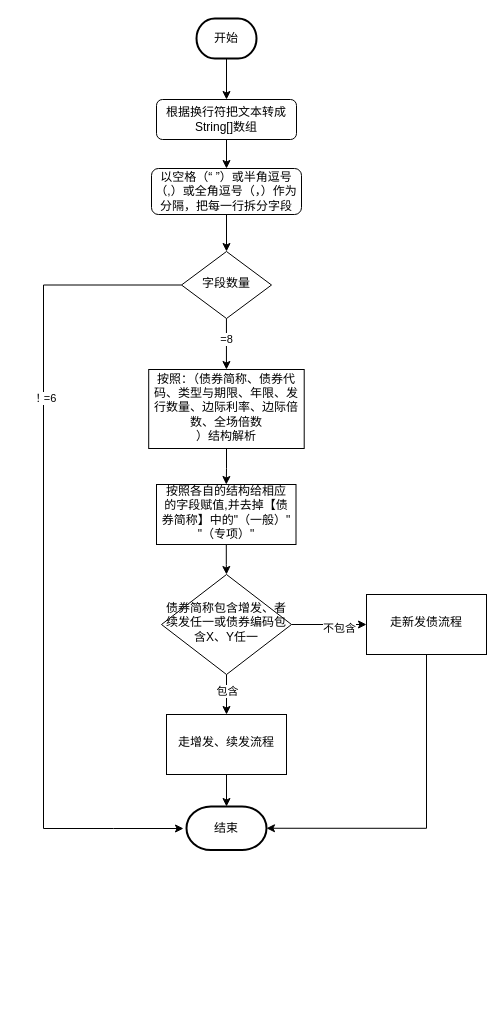
The draw.io diagram BD地方债结构解析流程.drawio in xbluckly/test, before the edit. Source tidied: cells renumbered, new cells numbered last; positions are measured from the earlier drawing's top-left corner, leaving out a move shared by most shapes. Both pictures are drawn from the tidied source at 100%, with x=0, y=0 at pixel (43, 18).
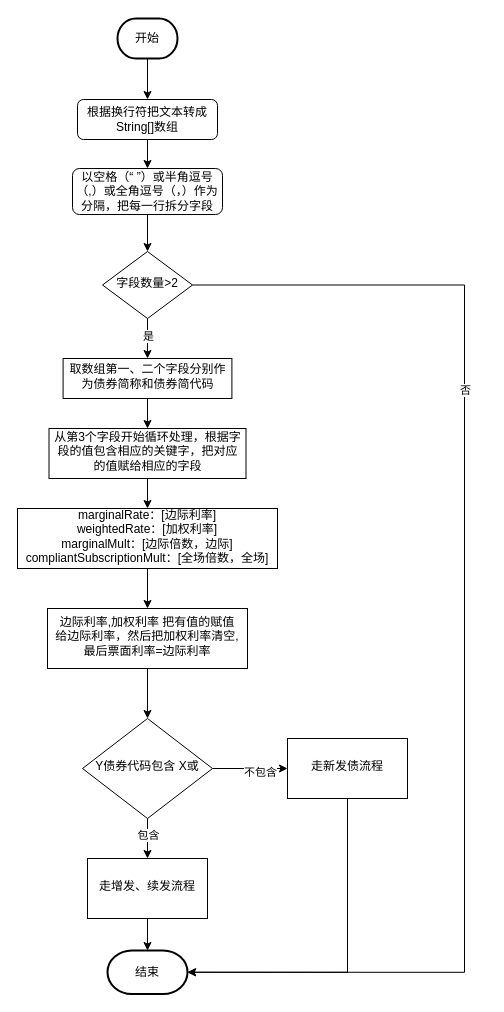
Above is the later version.

Commit message:
更新BD地方债结构解析流程.drawio

What changed in the source:
```diff
@@
-    <mxCell id="2" style="edgeStyle=orthogonalEdgeStyle;rounded=0;jettySize=auto;html=1;" parent="1" edge="1" source="6">
-      <mxGeometry relative="1" as="geometry">
-        <mxPoint x="140" y="810" as="targetPoint" />
-        <Array as="points">
-          <mxPoint y="267" />
-          <mxPoint y="810" />
-          <mxPoint x="70" y="810" />
-        </Array>
-      </mxGeometry>
-    </mxCell>
-    <mxCell id="3" value="！=6" style="edgeLabel;html=1;align=center;verticalAlign=middle;" parent="2" vertex="1">
-      <mxGeometry x="-0.39" relative="1" as="geometry" />
-    </mxCell>
-    <mxCell id="4" style="edgeStyle=orthogonalEdgeStyle;rounded=0;jettySize=auto;html=1;entryX=0.5;entryY=0;entryDx=0;entryDy=0;" parent="1" edge="1" source="6" target="14">
-      <mxGeometry relative="1" as="geometry" />
-    </mxCell>
-    <mxCell id="5" value="=8" style="edgeLabel;html=1;align=center;verticalAlign=middle;" parent="4" vertex="1">
-      <mxGeometry x="-0.17" relative="1" as="geometry" />
-    </mxCell>
-    <mxCell id="6" value="字段数量" style="rhombus;whiteSpace=wrap;html=1;shadow=0;fontFamily=Helvetica;fontSize=12;align=center;strokeWidth=1;spacing=6;spacingTop=-4;" parent="1" vertex="1">
-      <mxGeometry x="138" y="233" width="90" height="67" as="geometry" />
-    </mxCell>
+    <mxCell id="27" style="edgeStyle=orthogonalEdgeStyle;rounded=0;jettySize=auto;html=1;entryX=1;entryY=0.5;entryDx=0;entryDy=0;entryPerimeter=0;" parent="1" edge="1" source="31" target="22">
+      <mxGeometry relative="1" as="geometry">
+        <Array as="points">
+          <mxPoint x="421" y="267" />
+          <mxPoint x="421" y="954" />
+        </Array>
+      </mxGeometry>
+    </mxCell>
+    <mxCell id="28" value="否" style="edgeLabel;html=1;align=center;verticalAlign=middle;" parent="27" vertex="1">
+      <mxGeometry x="-0.39" relative="1" as="geometry" />
+    </mxCell>
+    <mxCell id="29" style="edgeStyle=orthogonalEdgeStyle;rounded=0;jettySize=auto;html=1;entryX=0.5;entryY=0;entryDx=0;entryDy=0;" parent="1" edge="1" source="31" target="34">
+      <mxGeometry relative="1" as="geometry" />
+    </mxCell>
+    <mxCell id="30" value="是" style="edgeLabel;html=1;align=center;verticalAlign=middle;" parent="29" vertex="1">
+      <mxGeometry x="-0.17" relative="1" as="geometry" />
+    </mxCell>
+    <mxCell id="31" value="字段数量&amp;gt;2" style="rhombus;whiteSpace=wrap;html=1;shadow=0;fontFamily=Helvetica;fontSize=12;align=center;strokeWidth=1;spacing=6;spacingTop=-4;" parent="1" vertex="1">
+      <mxGeometry x="59" y="233" width="90" height="67" as="geometry" />
+    </mxCell>
@@
     <mxCell id="8" value="开始" style="strokeWidth=2;html=1;shape=mxgraph.flowchart.terminator;whiteSpace=wrap;" parent="1" vertex="1">
-      <mxGeometry x="153" width="60" height="40" as="geometry" />
+      <mxGeometry x="74" width="60" height="40" as="geometry" />
     </mxCell>
@@
     <mxCell id="10" value="根据换行符把文本转成String[]数组" style="rounded=1;whiteSpace=wrap;html=1;fontSize=12;glass=0;strokeWidth=1;shadow=0;" parent="1" vertex="1">
-      <mxGeometry x="113" y="81" width="140" height="40" as="geometry" />
+      <mxGeometry x="34" y="81" width="140" height="40" as="geometry" />
     </mxCell>
-    <mxCell id="11" style="edgeStyle=orthogonalEdgeStyle;rounded=0;jettySize=auto;html=1;" parent="1" edge="1" source="12" target="6">
-      <mxGeometry relative="1" as="geometry" />
-    </mxCell>
+    <mxCell id="32" style="edgeStyle=orthogonalEdgeStyle;rounded=0;jettySize=auto;html=1;" parent="1" edge="1" source="12" target="31">
+      <mxGeometry relative="1" as="geometry" />
+    </mxCell>
     <mxCell id="12" value="&lt;div&gt;&lt;div class=&quot;old-record-id-WZW5dhf2ooNl1qxLG0lcdsG0n3e&quot;&gt;以空格（“ ”）或半角逗号（,）或全角逗号（，）作为分隔，把每一行拆分字段&lt;/div&gt;&lt;/div&gt;&lt;span class=&quot;lark-record-clipboard&quot; data-lark-record-data=&quot;{&amp;quot;rootId&amp;quot;:&amp;quot;Aed7douATo9B6cx0R7Rc3emsnXd&amp;quot;,&amp;quot;text&amp;quot;:{&amp;quot;initialAttributedTexts&amp;quot;:{&amp;quot;text&amp;quot;:{&amp;quot;0&amp;quot;:&amp;quot;以空格（“ ”）或半角逗号（,）或全角逗号（，）作为分隔，拆分元素&amp;quot;},&amp;quot;attribs&amp;quot;:{&amp;quot;0&amp;quot;:&amp;quot;*0+x&amp;quot;}},&amp;quot;apool&amp;quot;:{&amp;quot;numToAttrib&amp;quot;:{&amp;quot;0&amp;quot;:[&amp;quot;author&amp;quot;,&amp;quot;7403194829083705347&amp;quot;]},&amp;quot;nextNum&amp;quot;:1}},&amp;quot;type&amp;quot;:&amp;quot;text&amp;quot;,&amp;quot;referenceRecordMap&amp;quot;:{},&amp;quot;extra&amp;quot;:{&amp;quot;channel&amp;quot;:&amp;quot;saas&amp;quot;,&amp;quot;isEqualBlockSelection&amp;quot;:false,&amp;quot;pasteRandomId&amp;quot;:&amp;quot;011ff010-0866-426b-a94f-de44540d47f7&amp;quot;,&amp;quot;mention_page_title&amp;quot;:{},&amp;quot;external_mention_url&amp;quot;:{}},&amp;quot;isKeepQuoteContainer&amp;quot;:false,&amp;quot;isFromCode&amp;quot;:false,&amp;quot;selection&amp;quot;:[{&amp;quot;id&amp;quot;:1293,&amp;quot;type&amp;quot;:&amp;quot;text&amp;quot;,&amp;quot;selection&amp;quot;:{&amp;quot;start&amp;quot;:4,&amp;quot;end&amp;quot;:37},&amp;quot;recordId&amp;quot;:&amp;quot;WZW5dhf2ooNl1qxLG0lcdsG0n3e&amp;quot;}],&amp;quot;payloadMap&amp;quot;:{},&amp;quot;isCut&amp;quot;:false}&quot;&gt;&lt;/span&gt;" style="whiteSpace=wrap;html=1;rounded=1;glass=0;strokeWidth=1;shadow=0;" parent="1" vertex="1">
-      <mxGeometry x="108" y="150" width="150" height="46" as="geometry" />
+      <mxGeometry x="29" y="150" width="150" height="46" as="geometry" />
     </mxCell>
-    <mxCell id="13" style="edgeStyle=orthogonalEdgeStyle;rounded=0;jettySize=auto;html=1;" parent="1" edge="1" source="14" target="16">
-      <mxGeometry relative="1" as="geometry" />
-    </mxCell>
-    <mxCell id="14" value="&lt;font&gt;按照：（&lt;span style=&quot;background-color: transparent;&quot;&gt;债券简称、债券代码、类型与期限、年限、发行数量、边际利率、边际倍数、全场倍数&lt;/span&gt;&lt;br&gt;&lt;/font&gt;&lt;font&gt;&lt;span class=&quot;lark-record-clipboard&quot; data-lark-record-data=&quot;{&amp;quot;rootId&amp;quot;:&amp;quot;Aed7douATo9B6cx0R7Rc3emsnXd&amp;quot;,&amp;quot;text&amp;quot;:{&amp;quot;initialAttributedTexts&amp;quot;:{&amp;quot;text&amp;quot;:{&amp;quot;0&amp;quot;:&amp;quot;债券简称、债券代码、类型与期限、年限、发行数量、边际利率、边际倍数、全场倍数&amp;quot;},&amp;quot;attribs&amp;quot;:{&amp;quot;0&amp;quot;:&amp;quot;*0+12&amp;quot;}},&amp;quot;apool&amp;quot;:{&amp;quot;numToAttrib&amp;quot;:{&amp;quot;0&amp;quot;:[&amp;quot;author&amp;quot;,&amp;quot;7403194829083705347&amp;quot;]},&amp;quot;nextNum&amp;quot;:1}},&amp;quot;type&amp;quot;:&amp;quot;text&amp;quot;,&amp;quot;referenceRecordMap&amp;quot;:{},&amp;quot;extra&amp;quot;:{&amp;quot;channel&amp;quot;:&amp;quot;saas&amp;quot;,&amp;quot;isEqualBlockSelection&amp;quot;:false,&amp;quot;pasteRandomId&amp;quot;:&amp;quot;788528d0-5e0e-4c7f-8d60-cfeaeebf4ef1&amp;quot;,&amp;quot;mention_page_title&amp;quot;:{},&amp;quot;external_mention_url&amp;quot;:{}},&amp;quot;isKeepQuoteContainer&amp;quot;:false,&amp;quot;isFromCode&amp;quot;:false,&amp;quot;selection&amp;quot;:[{&amp;quot;id&amp;quot;:1316,&amp;quot;type&amp;quot;:&amp;quot;text&amp;quot;,&amp;quot;selection&amp;quot;:{&amp;quot;start&amp;quot;:5,&amp;quot;end&amp;quot;:43},&amp;quot;recordId&amp;quot;:&amp;quot;LA4bdD6fjouorxx8NuWcUlaUncd&amp;quot;}],&amp;quot;payloadMap&amp;quot;:{},&amp;quot;isCut&amp;quot;:false}&quot;&gt;&lt;/span&gt;）结构解析&lt;/font&gt;" style="whiteSpace=wrap;html=1;shadow=0;strokeWidth=1;spacing=6;spacingTop=-4;" parent="1" vertex="1">
-      <mxGeometry x="105.2" y="351" width="155.5" height="79" as="geometry" />
-    </mxCell>
-    <mxCell id="15" style="edgeStyle=orthogonalEdgeStyle;rounded=0;jettySize=auto;html=1;" parent="1" edge="1" source="16" target="21">
-      <mxGeometry relative="1" as="geometry" />
-    </mxCell>
-    <mxCell id="16" value="按照各自的结构给相应的字段赋值,并去掉【债券简称】中的&quot;（一般）&quot; &quot;（专项）&quot;" style="whiteSpace=wrap;html=1;shadow=0;strokeWidth=1;spacing=6;spacingTop=-4;" parent="1" vertex="1">
-      <mxGeometry x="113" y="466" width="139.5" height="60" as="geometry" />
-    </mxCell>
-    <mxCell id="17" style="edgeStyle=orthogonalEdgeStyle;rounded=0;jettySize=auto;html=1;" parent="1" edge="1" source="21" target="24">
-      <mxGeometry relative="1" as="geometry" />
-    </mxCell>
+    <mxCell id="33" style="edgeStyle=orthogonalEdgeStyle;rounded=0;jettySize=auto;html=1;" parent="1" edge="1" source="34" target="36">
+      <mxGeometry relative="1" as="geometry" />
+    </mxCell>
+    <mxCell id="34" value="取数组第一、二个字段分别作为债券简称和债券简代码" style="whiteSpace=wrap;html=1;shadow=0;strokeWidth=1;spacing=6;spacingTop=-4;" parent="1" vertex="1">
+      <mxGeometry x="19.6" y="340" width="168.8" height="40" as="geometry" />
+    </mxCell>
+    <mxCell id="35" style="edgeStyle=orthogonalEdgeStyle;rounded=0;jettySize=auto;html=1;" parent="1" edge="1" source="36" target="41">
+      <mxGeometry relative="1" as="geometry" />
+    </mxCell>
+    <mxCell id="36" value="从第3个字段开始循环处理，根据字段的值包含相应的关键字，把对应的值赋给相应的字段" style="whiteSpace=wrap;html=1;shadow=0;strokeWidth=1;spacing=6;spacingTop=-4;" parent="1" vertex="1">
+      <mxGeometry x="5.5" y="410" width="197" height="50" as="geometry" />
+    </mxCell>
+    <mxCell id="37" style="edgeStyle=orthogonalEdgeStyle;rounded=0;jettySize=auto;html=1;" parent="1" edge="1" source="39" target="24">
+      <mxGeometry relative="1" as="geometry" />
+    </mxCell>
-    <mxCell id="18" value="包含" style="edgeLabel;html=1;align=center;verticalAlign=middle;" parent="17" vertex="1">
+    <mxCell id="18" value="包含" style="edgeLabel;html=1;align=center;verticalAlign=middle;" parent="37" vertex="1">
       <mxGeometry x="-0.18" relative="1" as="geometry" />
     </mxCell>
-    <mxCell id="19" style="edgeStyle=orthogonalEdgeStyle;rounded=0;jettySize=auto;html=1;" parent="1" edge="1" source="21" target="26">
-      <mxGeometry relative="1" as="geometry" />
-    </mxCell>
+    <mxCell id="38" style="edgeStyle=orthogonalEdgeStyle;rounded=0;jettySize=auto;html=1;" parent="1" edge="1" source="39" target="26">
+      <mxGeometry relative="1" as="geometry" />
+    </mxCell>
-    <mxCell id="20" value="不包含" style="edgeLabel;html=1;align=center;verticalAlign=middle;" parent="19" vertex="1">
+    <mxCell id="20" value="不包含" style="edgeLabel;html=1;align=center;verticalAlign=middle;" parent="38" vertex="1">
       <mxGeometry x="0.25" y="-3" relative="1" as="geometry" />
     </mxCell>
-    <mxCell id="21" value="债券简称包含增发、者续发任一或债券编码包含X、Y任一" style="rhombus;whiteSpace=wrap;html=1;shadow=0;strokeWidth=1;spacing=6;spacingTop=-4;" parent="1" vertex="1">
-      <mxGeometry x="118" y="556" width="130" height="100" as="geometry" />
-    </mxCell>
+    <mxCell id="39" value="Y债券代码包含 X或" style="rhombus;whiteSpace=wrap;html=1;shadow=0;strokeWidth=1;spacing=6;spacingTop=-4;" parent="1" vertex="1">
+      <mxGeometry x="39" y="700" width="130" height="100" as="geometry" />
+    </mxCell>
     <mxCell id="22" value="结束" style="strokeWidth=2;html=1;shape=mxgraph.flowchart.terminator;whiteSpace=wrap;" parent="1" vertex="1">
-      <mxGeometry x="143" y="788" width="80" height="43.5" as="geometry" />
+      <mxGeometry x="64" y="932" width="80" height="43.5" as="geometry" />
     </mxCell>
@@
     <mxCell id="24" value="走增发、续发流程" style="whiteSpace=wrap;html=1;shadow=0;strokeWidth=1;spacing=6;spacingTop=-4;" parent="1" vertex="1">
-      <mxGeometry x="123" y="696" width="120" height="60" as="geometry" />
+      <mxGeometry x="44" y="840" width="120" height="60" as="geometry" />
     </mxCell>
@@
     <mxCell id="26" value="走新发债流程" style="whiteSpace=wrap;html=1;shadow=0;strokeWidth=1;spacing=6;spacingTop=-4;" parent="1" vertex="1">
-      <mxGeometry x="323" y="576" width="120" height="60" as="geometry" />
+      <mxGeometry x="244" y="720" width="120" height="60" as="geometry" />
     </mxCell>
+    <mxCell id="40" style="edgeStyle=orthogonalEdgeStyle;rounded=0;jettySize=auto;html=1;" parent="1" edge="1" source="41" target="43">
+      <mxGeometry relative="1" as="geometry" />
+    </mxCell>
+    <mxCell id="41" value="&lt;div&gt;marginalRate：[边际利率]&lt;/div&gt;&lt;div&gt;weightedRate：[加权利率]&lt;/div&gt;&lt;div&gt;marginalMult：[边际倍数，边际]&lt;/div&gt;&lt;div&gt;compliantSubscriptionMult：[全场倍数，全场]&lt;/div&gt;" style="whiteSpace=wrap;html=1;shadow=0;strokeWidth=1;spacing=6;spacingTop=-4;" parent="1" vertex="1">
+      <mxGeometry x="-26" y="490" width="260" height="60" as="geometry" />
+    </mxCell>
+    <mxCell id="42" style="edgeStyle=orthogonalEdgeStyle;rounded=0;jettySize=auto;html=1;" parent="1" edge="1" source="43" target="39">
+      <mxGeometry relative="1" as="geometry" />
+    </mxCell>
+    <mxCell id="43" value="&lt;div&gt;边际利率,加权利率 把有值的赋值&lt;/div&gt;&lt;div&gt;给边际利率，然后把加权利率清空,最后票面利率=边际利率&lt;/div&gt;" style="whiteSpace=wrap;html=1;shadow=0;strokeWidth=1;spacing=6;spacingTop=-4;" parent="1" vertex="1">
+      <mxGeometry x="4" y="590" width="200" height="60" as="geometry" />
+    </mxCell>
```
